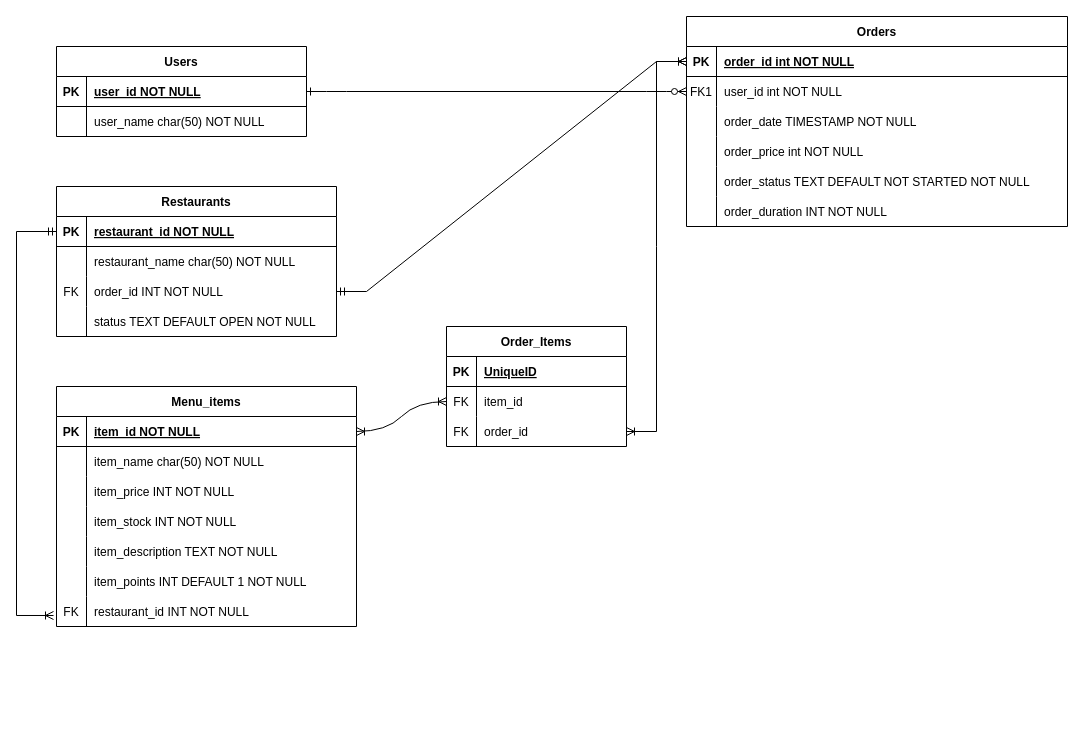
Earlier version of the draw.io diagram Food-Pick-Up-ERD.drawio (nickidells97/Food-Pick-Up-App). Source tidied: cells renumbered, new cells numbered last; positions are measured from the earlier drawing's top-left corner, leaving out a move shared by most shapes. Both pictures are drawn from the tidied source at 100%, with x=0, y=0 at pixel (16, 16).
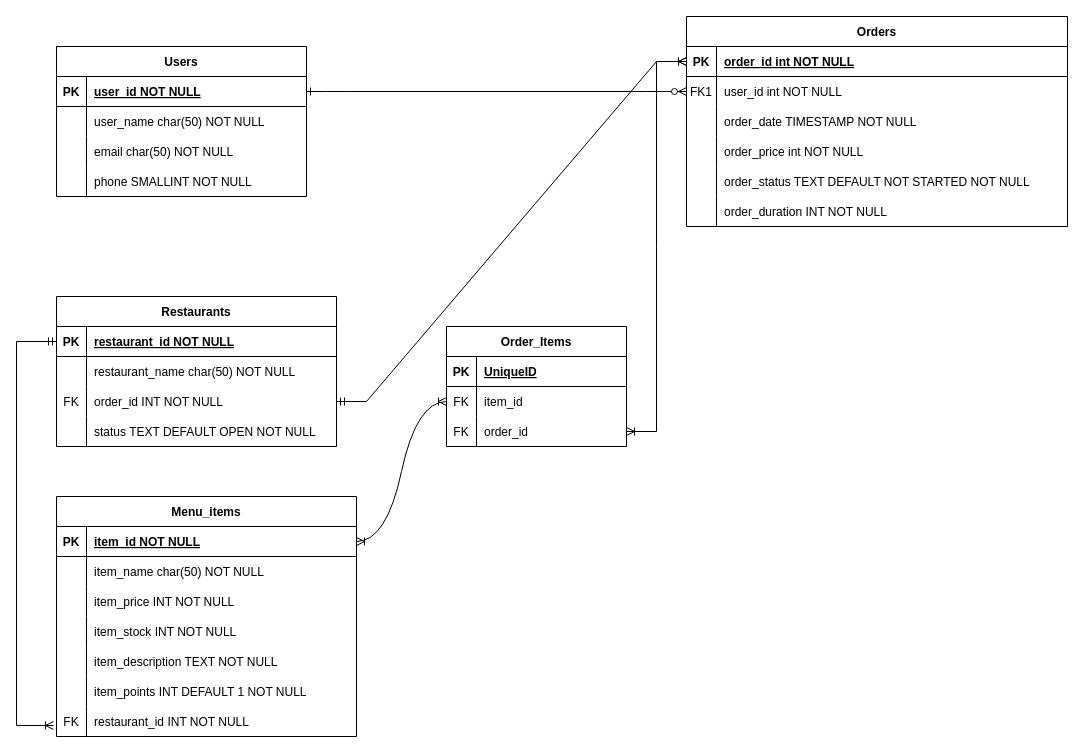
The same diagram, later.

Commit message (it also covers changes not shown here):
add email and phone to users on ERD

The change refers to these unchanged cells:
```xml
<mxCell id="48" style="shape=tableRow;horizontal=0;startSize=0;swimlaneHead=0;swimlaneBody=0;fillColor=none;points=[[0,0.5],[1,0.5]];portConstraint=eastwest;top=0;left=0;right=0;bottom=0;" parent="29" vertex="1">
  <mxGeometry y="210" width="300" height="30" as="geometry" />
</mxCell>
<mxCell id="52" style="shape=partialRectangle;fillColor=none;points=[[0,0.5],[1,0.5]];portConstraint=eastwest;top=0;left=0;right=0;bottom=1;" parent="51" vertex="1">
  <mxGeometry y="30" width="280" height="30" as="geometry" />
</mxCell>
```

Change to the diagram source:
```diff
@@
     <mxCell id="22" value="Users" style="shape=table;startSize=30;childLayout=tableLayout;rowLines=0;fontStyle=1;align=center;" parent="1" vertex="1">
-      <mxGeometry x="40" y="30" width="250" height="90" as="geometry" />
+      <mxGeometry x="40" y="30" width="250" height="150" as="geometry" />
     </mxCell>
@@
+    <mxCell id="78" style="shape=partialRectangle;fillColor=none;top=0;left=0;right=0;bottom=0;" parent="22" vertex="1">
+      <mxGeometry y="90" width="250" height="30" as="geometry" />
+    </mxCell>
+    <mxCell id="79" style="shape=partialRectangle;overflow=hidden;fillColor=none;top=0;left=0;bottom=0;right=0;" parent="78" vertex="1">
+      <mxGeometry width="30" height="30" as="geometry" />
+    </mxCell>
+    <mxCell id="80" value="email char(50) NOT NULL" style="shape=partialRectangle;overflow=hidden;fillColor=none;top=0;left=0;bottom=0;right=0;align=left;spacingLeft=6;" parent="78" vertex="1">
+      <mxGeometry x="30" width="220" height="30" as="geometry" />
+    </mxCell>
+    <mxCell id="81" style="shape=partialRectangle;fillColor=none;top=0;left=0;right=0;bottom=0;" parent="22" vertex="1">
+      <mxGeometry y="120" width="250" height="30" as="geometry" />
+    </mxCell>
+    <mxCell id="82" style="shape=partialRectangle;overflow=hidden;fillColor=none;top=0;left=0;bottom=0;right=0;" parent="81" vertex="1">
+      <mxGeometry width="30" height="30" as="geometry" />
+    </mxCell>
+    <mxCell id="83" value="phone SMALLINT NOT NULL" style="shape=partialRectangle;overflow=hidden;fillColor=none;top=0;left=0;bottom=0;right=0;align=left;spacingLeft=6;" parent="81" vertex="1">
+      <mxGeometry x="30" width="220" height="30" as="geometry" />
+    </mxCell>
     <mxCell id="29" value="Menu_items" style="shape=table;startSize=30;childLayout=tableLayout;rowLines=0;fontStyle=1;align=center;" parent="1" vertex="1">
-      <mxGeometry x="40" y="370" width="300" height="240" as="geometry" />
+      <mxGeometry x="40" y="480" width="300" height="240" as="geometry" />
     </mxCell>
@@
     <mxCell id="51" value="Restaurants" style="shape=table;startSize=30;childLayout=tableLayout;rowLines=0;fontStyle=1;align=center;" parent="1" vertex="1">
-      <mxGeometry x="40" y="170" width="280" height="150" as="geometry" />
+      <mxGeometry x="40" y="280" width="280" height="150" as="geometry" />
     </mxCell>
@@
     <mxCell id="65" style="edgeStyle=elbowEdgeStyle;fontSize=12;html=1;endArrow=ERoneToMany;startArrow=ERmandOne;rounded=0;entryX=-0.01;entryY=0.633;entryDx=0;entryDy=0;entryPerimeter=0;exitX=0;exitY=0.5;exitDx=0;exitDy=0;elbow=vertical;" parent="1" edge="1" source="52" target="48">
       <mxGeometry relative="1" as="geometry">
         <Array as="points">
-          <mxPoint y="380" />
-          <mxPoint x="30" y="350" />
+          <mxPoint y="490" />
+          <mxPoint x="30" y="460" />
         </Array>
       </mxGeometry>
     </mxCell>
```
